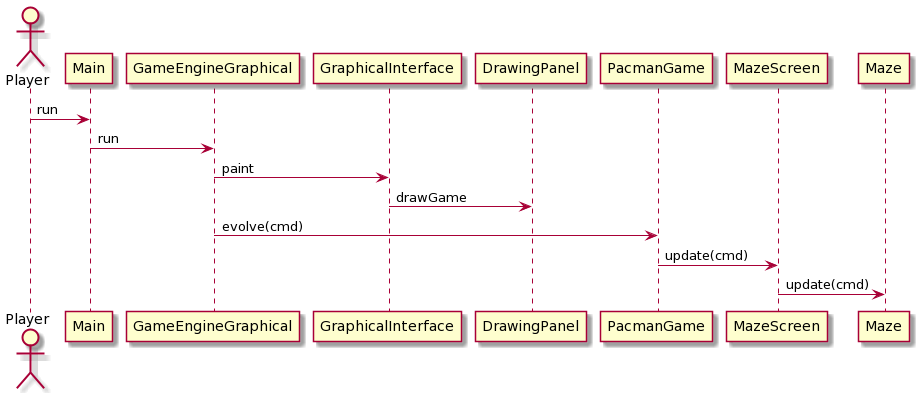
Earlier version of the PlantUML export Sprint_2/Diagrammes_de_sequence/LancementDuJeu.png (SalihN/ACL-2020--FSTeam-).
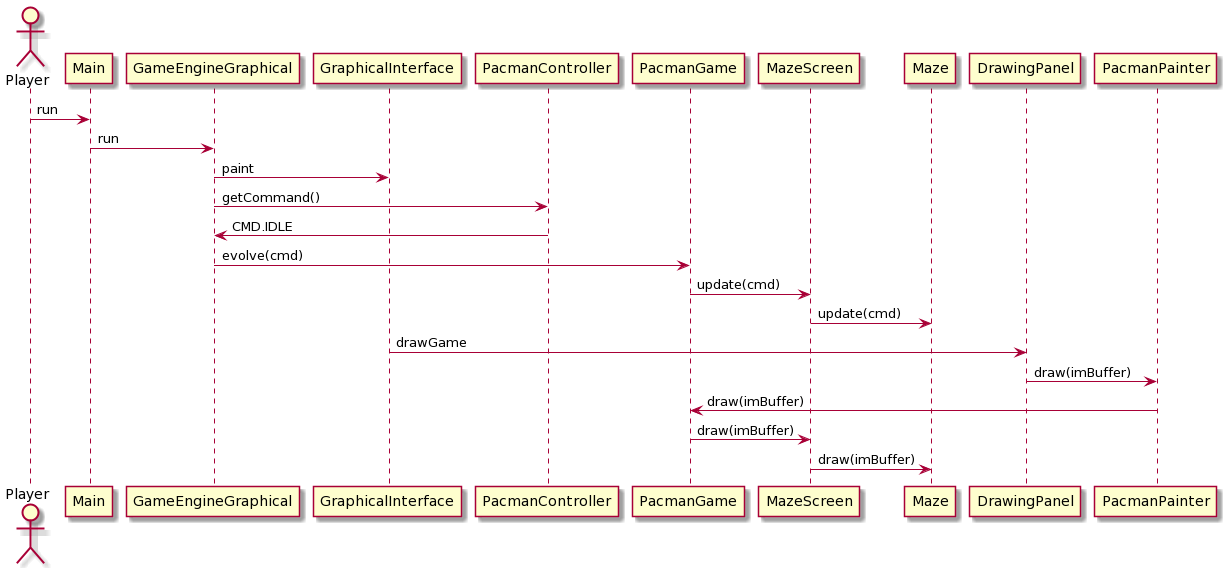
The same diagram one commit later.

Commit message:
Mise à jour du diagramme de séquence et push image exemple pour le readme

The edit, as a diff of the source:
```diff
@@ -3,8 +3,14 @@
 Player -> Main : run
 Main -> GameEngineGraphical : run
 GameEngineGraphical -> GraphicalInterface : paint
-GraphicalInterface -> DrawingPanel : drawGame
+GameEngineGraphical -> PacmanController : getCommand()
+PacmanController -> GameEngineGraphical : CMD.IDLE
 GameEngineGraphical -> PacmanGame : evolve(cmd)
 PacmanGame -> MazeScreen: update(cmd)
 MazeScreen -> Maze : update(cmd)
+GraphicalInterface -> DrawingPanel : drawGame
+DrawingPanel -> PacmanPainter : draw(imBuffer)
+PacmanPainter -> PacmanGame : draw(imBuffer)
+PacmanGame -> MazeScreen : draw(imBuffer)
+MazeScreen -> Maze : draw(imBuffer)
 @enduml
```
